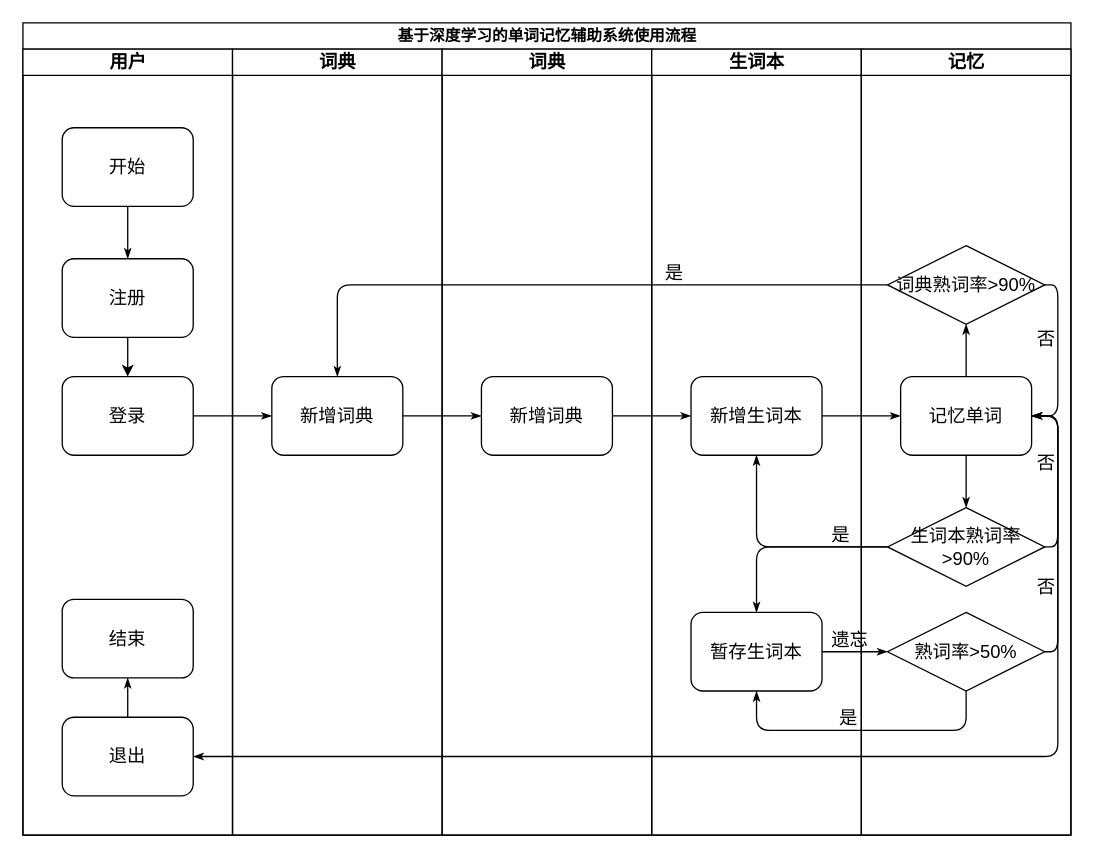
Earlier version of the draw.io diagram 流程图.drawio (Yorick-Ryu/DFD). Source tidied: cells renumbered, new cells numbered last; positions are measured from the earlier drawing's top-left corner, leaving out a move shared by most shapes. Both pictures are drawn from the tidied source at 131%, with x=0, y=0 at pixel (22, 22).
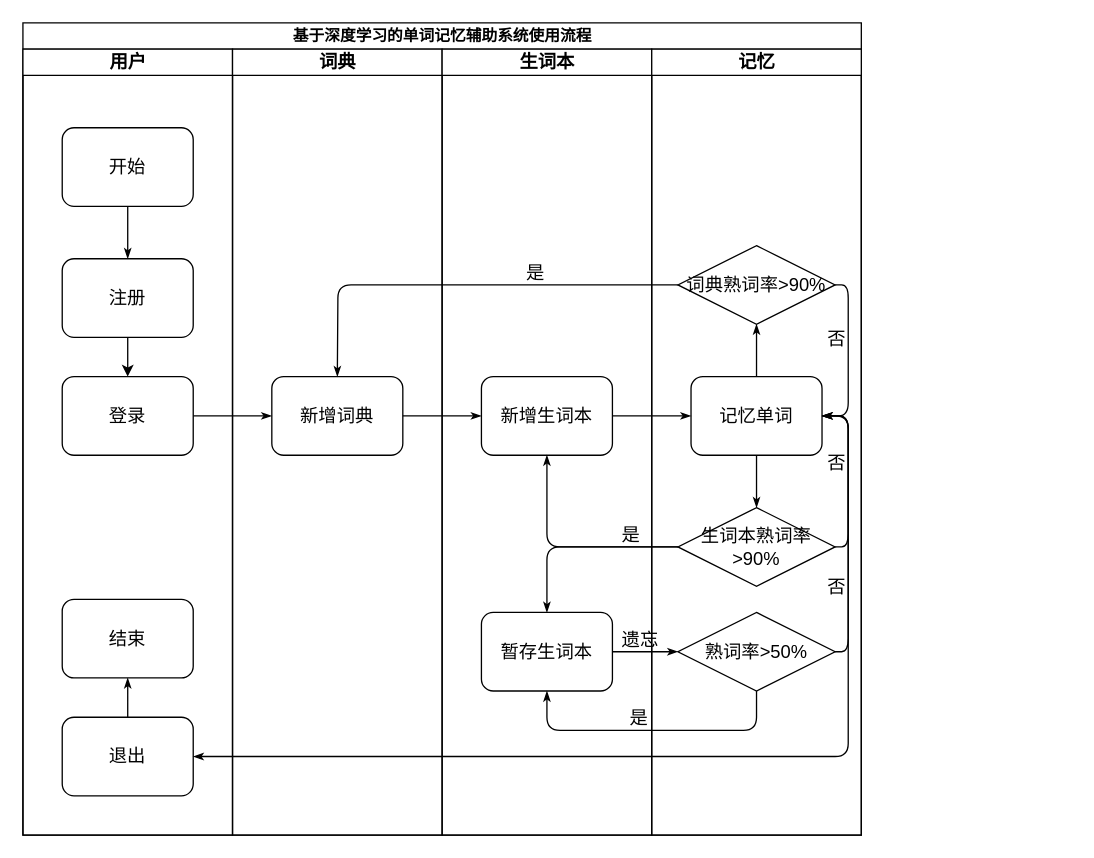
Above is the later version.

Commit message:
更新流程图.drawio

Unchanged cells that the change refers to:
```xml
<mxCell id="8" value="登录" style="rounded=1;whiteSpace=wrap;html=1;shadow=0;labelBackgroundColor=none;strokeWidth=1;fontFamily=宋体;fontSize=14;align=center;" parent="3" vertex="1">
  <mxGeometry x="30" y="250" width="100" height="60" as="geometry" />
</mxCell>
<mxCell id="10" value="退出" style="rounded=1;whiteSpace=wrap;html=1;shadow=0;labelBackgroundColor=none;strokeWidth=1;fontFamily=宋体;fontSize=14;align=center;" parent="3" vertex="1">
  <mxGeometry x="30" y="510" width="100" height="60" as="geometry" />
</mxCell>
<mxCell id="15" value="新增词典" style="rounded=1;whiteSpace=wrap;html=1;shadow=0;labelBackgroundColor=none;strokeWidth=1;fontFamily=宋体;fontSize=14;align=center;" parent="14" vertex="1">
  <mxGeometry x="30" y="250" width="100" height="60" as="geometry" />
</mxCell>
<mxCell id="25" value="记忆单词" style="rounded=1;whiteSpace=wrap;html=1;shadow=0;labelBackgroundColor=none;strokeWidth=1;fontFamily=宋体;fontSize=14;align=center;" parent="19" vertex="1">
  <mxGeometry x="30" y="250" width="100" height="60" as="geometry" />
</mxCell>
<mxCell id="31" value="词典熟词率&amp;gt;90%" style="rhombus;whiteSpace=wrap;html=1;rounded=0;shadow=0;labelBackgroundColor=none;strokeWidth=1;fontFamily=宋体;fontSize=14;align=center;" parent="19" vertex="1">
  <mxGeometry x="20" y="150" width="120" height="60" as="geometry" />
</mxCell>
```

The edit, as a diff of the source:
```diff
@@
     <mxCell id="2" value="&lt;font face=&quot;宋体&quot; style=&quot;font-size: 12px;&quot;&gt;基于深度学习的单词记忆辅助系统使用流程&lt;/font&gt;" style="swimlane;html=1;startSize=20;rounded=0;shadow=0;labelBackgroundColor=none;strokeWidth=1;fontFamily=Verdana;fontSize=8;align=center;" parent="1" vertex="1">
-      <mxGeometry width="800" height="620" as="geometry" />
+      <mxGeometry width="640" height="620" as="geometry" />
     </mxCell>
@@
-    <mxCell id="12" value="词典" style="swimlane;html=1;startSize=20;fontFamily=宋体;fontSize=14;" parent="2" vertex="1">
-      <mxGeometry x="160" y="20" width="160" height="600" as="geometry" />
-    </mxCell>
-    <mxCell id="13" value="新增词典" style="rounded=1;whiteSpace=wrap;html=1;shadow=0;labelBackgroundColor=none;strokeWidth=1;fontFamily=宋体;fontSize=14;align=center;" parent="12" vertex="1">
-      <mxGeometry x="30" y="250" width="100" height="60" as="geometry" />
-    </mxCell>
     <mxCell id="14" value="词典" style="swimlane;html=1;startSize=20;fontFamily=宋体;fontSize=14;" parent="2" vertex="1">
-      <mxGeometry x="320" y="20" width="160" height="600" as="geometry" />
+      <mxGeometry x="160" y="20" width="160" height="600" as="geometry" />
     </mxCell>
@@
     <mxCell id="16" value="生词本" style="swimlane;html=1;startSize=20;fontFamily=宋体;fontSize=14;" parent="2" vertex="1">
-      <mxGeometry x="480" y="20" width="160" height="600" as="geometry" />
+      <mxGeometry x="320" y="20" width="160" height="600" as="geometry" />
     </mxCell>
@@
     <mxCell id="19" value="记忆" style="swimlane;html=1;startSize=20;fontFamily=宋体;fontSize=14;" parent="2" vertex="1">
-      <mxGeometry x="640" y="20" width="160" height="600" as="geometry" />
+      <mxGeometry x="480" y="20" width="160" height="600" as="geometry" />
     </mxCell>
@@
-    <mxCell id="32" style="edgeStyle=orthogonalEdgeStyle;rounded=1;jettySize=auto;html=1;entryX=0;entryY=0.5;entryDx=0;entryDy=0;strokeColor=default;strokeWidth=1;align=center;verticalAlign=middle;fontFamily=Verdana;fontSize=8;fontColor=default;labelBackgroundColor=none;startArrow=none;startFill=0;startSize=5;endArrow=classicThin;endFill=1;endSize=5;" parent="2" edge="1" source="8" target="13">
-      <mxGeometry relative="1" as="geometry" />
+    <mxCell id="32" style="edgeStyle=orthogonalEdgeStyle;rounded=1;jettySize=auto;html=1;entryX=0;entryY=0.5;entryDx=0;entryDy=0;strokeColor=default;strokeWidth=1;align=center;verticalAlign=middle;fontFamily=Verdana;fontSize=8;fontColor=default;labelBackgroundColor=none;startArrow=none;startFill=0;startSize=5;endArrow=classicThin;endFill=1;endSize=5;" parent="2" edge="1" source="8">
+      <mxGeometry relative="1" as="geometry">
+        <mxPoint x="190" y="300" as="targetPoint" />
+      </mxGeometry>
     </mxCell>
@@
-    <mxCell id="41" style="edgeStyle=orthogonalEdgeStyle;rounded=1;jettySize=auto;html=1;entryX=0.5;entryY=0;entryDx=0;entryDy=0;strokeColor=default;strokeWidth=1;align=center;verticalAlign=middle;fontFamily=宋体;fontSize=14;fontColor=default;labelBackgroundColor=none;startArrow=none;startFill=0;startSize=5;endArrow=classicThin;endFill=1;endSize=5;" parent="2" edge="1" source="31" target="13">
-      <mxGeometry relative="1" as="geometry" />
+    <mxCell id="41" style="edgeStyle=orthogonalEdgeStyle;rounded=1;jettySize=auto;html=1;entryX=0.5;entryY=0;entryDx=0;entryDy=0;strokeColor=default;strokeWidth=1;align=center;verticalAlign=middle;fontFamily=宋体;fontSize=14;fontColor=default;labelBackgroundColor=none;startArrow=none;startFill=0;startSize=5;endArrow=classicThin;endFill=1;endSize=5;" parent="2" edge="1" source="31">
+      <mxGeometry relative="1" as="geometry">
+        <mxPoint x="240" y="270" as="targetPoint" />
+      </mxGeometry>
     </mxCell>
@@
     <mxCell id="43" style="edgeStyle=orthogonalEdgeStyle;rounded=1;jettySize=auto;html=1;entryX=1;entryY=0.5;entryDx=0;entryDy=0;strokeColor=default;strokeWidth=1;align=center;verticalAlign=middle;fontFamily=宋体;fontSize=14;fontColor=default;labelBackgroundColor=none;startArrow=none;startFill=0;startSize=5;endArrow=classicThin;endFill=1;endSize=5;exitX=1;exitY=0.5;exitDx=0;exitDy=0;" parent="2" edge="1" source="25" target="10">
       <mxGeometry relative="1" as="geometry">
         <Array as="points">
-          <mxPoint x="790" y="300" />
-          <mxPoint x="790" y="560" />
+          <mxPoint x="630" y="300" />
+          <mxPoint x="630" y="560" />
         </Array>
       </mxGeometry>
     </mxCell>
-    <mxCell id="44" style="edgeStyle=orthogonalEdgeStyle;rounded=1;jettySize=auto;html=1;entryX=0;entryY=0.5;entryDx=0;entryDy=0;strokeColor=default;strokeWidth=1;align=center;verticalAlign=middle;fontFamily=宋体;fontSize=14;fontColor=default;labelBackgroundColor=none;startArrow=none;startFill=0;startSize=5;endArrow=classicThin;endFill=1;endSize=5;" parent="2" edge="1" source="13" target="15">
-      <mxGeometry relative="1" as="geometry" />
-    </mxCell>
```
